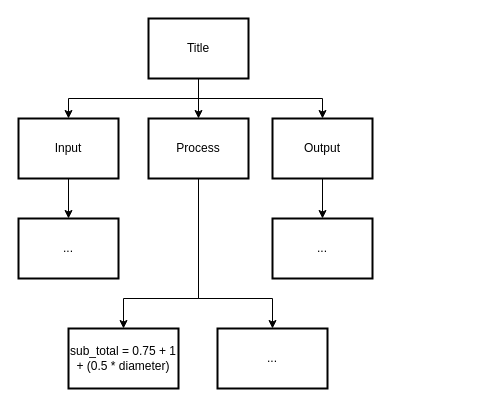
Earlier version of the draw.io diagram drawio/topDownDesign/topDownDesign.drawio (Aidan-Lalonde-Novales/ICS3U-Unit4-07-Python). Source tidied: cells renumbered, new cells numbered last; positions are measured from the earlier drawing's top-left corner, leaving out a move shared by most shapes. Both pictures are drawn from the tidied source at 100%, with x=0, y=0 at pixel (18, 18).
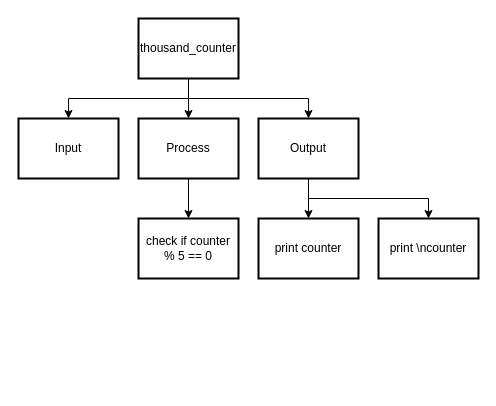
Above is the later version.

Unchanged cells that the change refers to:
```xml
<mxCell id="10" value="Input" style="rounded=0;whiteSpace=wrap;html=1;absoluteArcSize=1;arcSize=14;strokeWidth=2;" parent="1" vertex="1">
  <mxGeometry y="100" width="100" height="60" as="geometry" />
</mxCell>
```

Change to the diagram source:
```diff
@@
-    <mxCell id="2" style="edgeStyle=none;rounded=0;html=1;exitX=0.5;exitY=1;exitDx=0;exitDy=0;entryX=0.5;entryY=0;entryDx=0;entryDy=0;" parent="1" edge="1" source="4" target="15">
-      <mxGeometry relative="1" as="geometry">
-        <Array as="points">
-          <mxPoint x="180" y="280" />
-          <mxPoint x="105" y="280" />
-        </Array>
-      </mxGeometry>
-    </mxCell>
     <mxCell id="3" style="edgeStyle=none;rounded=0;html=1;exitX=0.5;exitY=1;exitDx=0;exitDy=0;entryX=0.5;entryY=0;entryDx=0;entryDy=0;" parent="1" edge="1" source="4" target="16">
-      <mxGeometry relative="1" as="geometry">
-        <Array as="points">
-          <mxPoint x="180" y="280" />
-          <mxPoint x="254" y="280" />
-        </Array>
-      </mxGeometry>
+      <mxGeometry relative="1" as="geometry" />
     </mxCell>
     <mxCell id="4" value="Process" style="rounded=0;whiteSpace=wrap;html=1;absoluteArcSize=1;arcSize=14;strokeWidth=2;" parent="1" vertex="1">
-      <mxGeometry x="130" y="100" width="100" height="60" as="geometry" />
+      <mxGeometry x="120" y="100" width="100" height="60" as="geometry" />
     </mxCell>
     <mxCell id="5" style="edgeStyle=none;html=1;exitX=0.5;exitY=1;exitDx=0;exitDy=0;entryX=0.5;entryY=0;entryDx=0;entryDy=0;rounded=0;" parent="1" edge="1" source="8" target="10">
       <mxGeometry relative="1" as="geometry">
         <Array as="points">
-          <mxPoint x="180" y="80" />
+          <mxPoint x="170" y="80" />
           <mxPoint x="50" y="80" />
         </Array>
       </mxGeometry>
     </mxCell>
@@
     <mxCell id="7" style="edgeStyle=none;rounded=0;html=1;exitX=0.5;exitY=1;exitDx=0;exitDy=0;entryX=0.5;entryY=0;entryDx=0;entryDy=0;" parent="1" edge="1" source="8" target="12">
       <mxGeometry relative="1" as="geometry">
         <Array as="points">
-          <mxPoint x="180" y="80" />
-          <mxPoint x="304" y="80" />
+          <mxPoint x="170" y="80" />
+          <mxPoint x="290" y="80" />
         </Array>
       </mxGeometry>
     </mxCell>
-    <mxCell id="8" value="Title" style="rounded=0;whiteSpace=wrap;html=1;absoluteArcSize=1;arcSize=14;strokeWidth=2;" parent="1" vertex="1">
-      <mxGeometry x="130" width="100" height="60" as="geometry" />
+    <mxCell id="8" value="thousand_counter" style="rounded=0;whiteSpace=wrap;html=1;absoluteArcSize=1;arcSize=14;strokeWidth=2;" parent="1" vertex="1">
+      <mxGeometry x="120" width="100" height="60" as="geometry" />
     </mxCell>
-    <mxCell id="9" style="edgeStyle=none;rounded=0;html=1;exitX=0.5;exitY=1;exitDx=0;exitDy=0;entryX=0.5;entryY=0;entryDx=0;entryDy=0;" parent="1" edge="1" source="10" target="13">
-      <mxGeometry relative="1" as="geometry" />
-    </mxCell>
@@
+    <mxCell id="17" style="edgeStyle=none;html=1;exitX=0.5;exitY=1;exitDx=0;exitDy=0;entryX=0.5;entryY=0;entryDx=0;entryDy=0;rounded=0;" parent="1" edge="1" source="12" target="18">
+      <mxGeometry relative="1" as="geometry">
+        <Array as="points">
+          <mxPoint x="290" y="180" />
+          <mxPoint x="410" y="180" />
+        </Array>
+      </mxGeometry>
+    </mxCell>
     <mxCell id="12" value="Output" style="rounded=0;whiteSpace=wrap;html=1;absoluteArcSize=1;arcSize=14;strokeWidth=2;" parent="1" vertex="1">
-      <mxGeometry x="254" y="100" width="100" height="60" as="geometry" />
+      <mxGeometry x="240" y="100" width="100" height="60" as="geometry" />
     </mxCell>
-    <mxCell id="13" value="..." style="rounded=0;whiteSpace=wrap;html=1;absoluteArcSize=1;arcSize=14;strokeWidth=2;" parent="1" vertex="1">
-      <mxGeometry y="200" width="100" height="60" as="geometry" />
-    </mxCell>
-    <mxCell id="14" value="..." style="rounded=0;whiteSpace=wrap;html=1;absoluteArcSize=1;arcSize=14;strokeWidth=2;" parent="1" vertex="1">
-      <mxGeometry x="254" y="200" width="100" height="60" as="geometry" />
+    <mxCell id="14" value="print counter" style="rounded=0;whiteSpace=wrap;html=1;absoluteArcSize=1;arcSize=14;strokeWidth=2;" parent="1" vertex="1">
+      <mxGeometry x="240" y="200" width="100" height="60" as="geometry" />
     </mxCell>
-    <mxCell id="15" value="sub_total = 0.75 + 1 + (0.5 * diameter)" style="rounded=0;whiteSpace=wrap;html=1;absoluteArcSize=1;arcSize=14;strokeWidth=2;" parent="1" vertex="1">
-      <mxGeometry x="50" y="310" width="110" height="60" as="geometry" />
-    </mxCell>
-    <mxCell id="16" value="..." style="rounded=0;whiteSpace=wrap;html=1;absoluteArcSize=1;arcSize=14;strokeWidth=2;" parent="1" vertex="1">
-      <mxGeometry x="199" y="310" width="110" height="60" as="geometry" />
+    <mxCell id="16" value="check if counter % 5 == 0" style="rounded=0;whiteSpace=wrap;html=1;absoluteArcSize=1;arcSize=14;strokeWidth=2;" parent="1" vertex="1">
+      <mxGeometry x="120" y="200" width="100" height="60" as="geometry" />
     </mxCell>
+    <mxCell id="18" value="print \ncounter" style="rounded=0;whiteSpace=wrap;html=1;absoluteArcSize=1;arcSize=14;strokeWidth=2;" parent="1" vertex="1">
+      <mxGeometry x="360" y="200" width="100" height="60" as="geometry" />
+    </mxCell>
```
